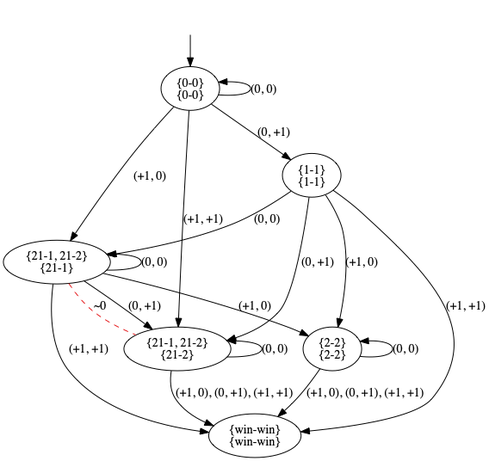
This is pictures/GK2.png from olandr/mkbsc, a Graphviz export, as it was before one commit. Its source is kept beside it as pictures/GK2.dot.
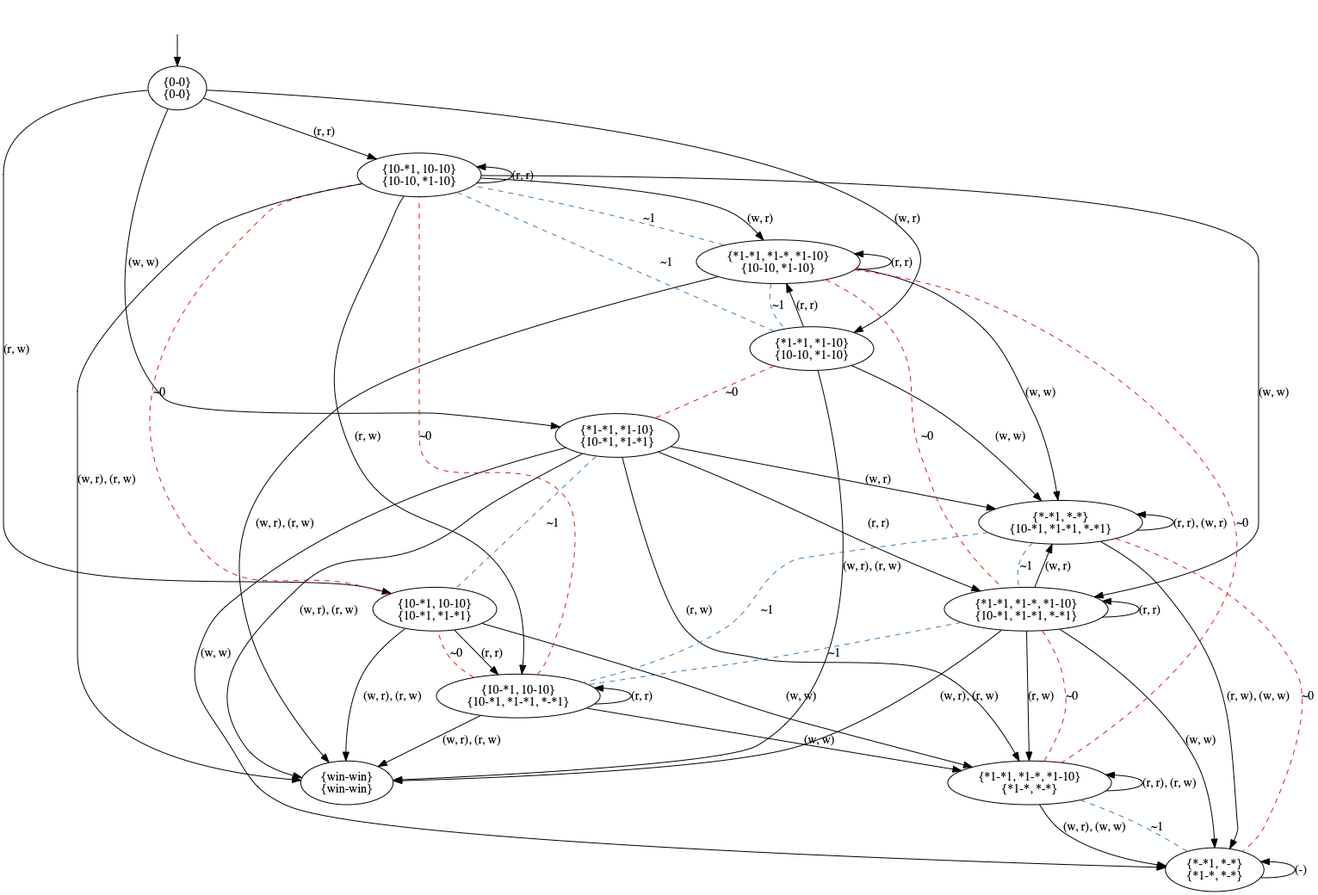
The same diagram one commit later.

Change to the diagram source:
```diff
@@ -3,29 +3,70 @@
 nodesep=0.5;
 ranksep=0.5;
 splines=True;
-4477557112 [label="{0-0}\n{0-0}"];
-4477558176 [label="{21-1, 21-2}\n{21-1}"];
-4477556440 [label="{1-1}\n{1-1}"];
-4477555824 [label="{21-1, 21-2}\n{21-2}"];
-4477557728 [label="{2-2}\n{2-2}"];
-4477555768 [label="{win-win}\n{win-win}"];
+4687100336 [label="{0-0}\n{0-0}"];
+4687100504 [label="{10-*1, 10-10}\n{10-10, *1-10}"];
+4687100952 [label="{*1-*1, *1-10}\n{10-10, *1-10}"];
+4687101288 [label="{10-*1, 10-10}\n{10-*1, *1-*1}"];
+4687101456 [label="{*1-*1, *1-10}\n{10-*1, *1-*1}"];
+4686323552 [label="{win-win}\n{win-win}"];
+4686533632 [label="{*1-*1, *1-*, *1-10}\n{10-10, *1-10}"];
+4686533184 [label="{10-*1, 10-10}\n{10-*1, *1-*1, *-*1}"];
+4686533408 [label="{*1-*1, *1-*, *1-10}\n{10-*1, *1-*1, *-*1}"];
+4686533016 [label="{*-*1, *-*}\n{10-*1, *1-*1, *-*1}"];
+4686534360 [label="{*1-*1, *1-*, *1-10}\n{*1-*, *-*}"];
+4686536208 [label="{*-*1, *-*}\n{*1-*, *-*}"];
 hidden [label="", shape=none];
-4477557112 -> 4477557112  [action="('0', '0')", dir=back, key="('0', '0')", label="(0, 0)"];
-4477557112 -> 4477558176  [action="('+1', '0')", key="('+1', '0')", label="(+1, 0)"];
-4477557112 -> 4477556440  [action="('0', '+1')", key="('0', '+1')", label="(0, +1)"];
-4477557112 -> 4477555824  [action="('+1', '+1')", key="('+1', '+1')", label="(+1, +1)"];
-4477558176 -> 4477558176  [action="('0', '0')", dir=back, key="('0', '0')", label="(0, 0)"];
-4477558176 -> 4477557728  [action="('+1', '0')", key="('+1', '0')", label="(+1, 0)"];
-4477558176 -> 4477555824  [action="('0', '+1')", key="('0', '+1')", label="(0, +1)"];
-4477558176 -> 4477555824  [arrowhead=none, color=1, colorscheme=set19, constraint=True, key=1, label="~0", style=dashed];
-4477558176 -> 4477555768  [action="('+1', '+1')", key="('+1', '+1')", label="(+1, +1)"];
-4477556440 -> 4477558176  [action="('0', '0')", key="('0', '0')", label="(0, 0)"];
-4477556440 -> 4477557728  [action="('+1', '0')", key="('+1', '0')", label="(+1, 0)"];
-4477556440 -> 4477555824  [action="('0', '+1')", key="('0', '+1')", label="(0, +1)"];
-4477556440 -> 4477555768  [action="('+1', '+1')", key="('+1', '+1')", label="(+1, +1)"];
-4477555824 -> 4477555824  [action="('0', '0')", dir=back, key="('0', '0')", label="(0, 0)"];
-4477555824 -> 4477555768  [action="(('+1', '0'), ('0', '+1'), ('+1', '+1'))", key="(('+1', '0'), ('0', '+1'), ('+1', '+1'))", label="(+1, 0), (0, +1), (+1, +1)"];
-4477557728 -> 4477557728  [action="('0', '0')", dir=back, key="('0', '0')", label="(0, 0)"];
-4477557728 -> 4477555768  [action="(('+1', '0'), ('0', '+1'), ('+1', '+1'))", key="(('+1', '0'), ('0', '+1'), ('+1', '+1'))", label="(+1, 0), (0, +1), (+1, +1)"];
-hidden -> 4477557112  [key=0];
+4687100336 -> 4687100504  [action="('r', 'r')", key="('r', 'r')", label="(r, r)"];
+4687100336 -> 4687100952  [action="('w', 'r')", key="('w', 'r')", label="(w, r)"];
+4687100336 -> 4687101288  [action="('r', 'w')", key="('r', 'w')", label="(r, w)"];
+4687100336 -> 4687101456  [action="('w', 'w')", key="('w', 'w')", label="(w, w)"];
+4687100504 -> 4687100504  [action="('r', 'r')", dir=back, key="('r', 'r')", label="(r, r)"];
+4687100504 -> 4686533632  [action="('w', 'r')", key="('w', 'r')", label="(w, r)"];
+4687100504 -> 4686533184  [action="('r', 'w')", key="('r', 'w')", label="(r, w)"];
+4687100504 -> 4686533408  [action="('w', 'w')", key="('w', 'w')", label="(w, w)"];
+4687100504 -> 4686323552  [action="(('w', 'r'), ('r', 'w'))", key="(('w', 'r'), ('r', 'w'))", label="(w, r), (r, w)"];
+4687100504 -> 4687101288  [arrowhead=none, color=1, colorscheme=set19, constraint=True, key=0, label="~0", style=dashed];
+4687100952 -> 4686533632  [action="('r', 'r')", key="('r', 'r')", label="(r, r)"];
+4687100952 -> 4686533016  [action="('w', 'w')", key="('w', 'w')", label="(w, w)"];
+4687100952 -> 4686323552  [action="(('w', 'r'), ('r', 'w'))", key="(('w', 'r'), ('r', 'w'))", label="(w, r), (r, w)"];
+4687100952 -> 4687101456  [arrowhead=none, color=1, colorscheme=set19, constraint=True, key=0, label="~0", style=dashed];
+4687100952 -> 4687100504  [arrowhead=none, color=2, colorscheme=set19, constraint=True, key=0, label="~1", style=dashed];
+4687101288 -> 4686533184  [action="('r', 'r')", key="('r', 'r')", label="(r, r)"];
+4687101288 -> 4686534360  [action="('w', 'w')", key="('w', 'w')", label="(w, w)"];
+4687101288 -> 4686323552  [action="(('w', 'r'), ('r', 'w'))", key="(('w', 'r'), ('r', 'w'))", label="(w, r), (r, w)"];
+4687101456 -> 4686533408  [action="('r', 'r')", key="('r', 'r')", label="(r, r)"];
+4687101456 -> 4686533016  [action="('w', 'r')", key="('w', 'r')", label="(w, r)"];
+4687101456 -> 4686534360  [action="('r', 'w')", key="('r', 'w')", label="(r, w)"];
+4687101456 -> 4686536208  [action="('w', 'w')", key="('w', 'w')", label="(w, w)"];
+4687101456 -> 4686323552  [action="(('w', 'r'), ('r', 'w'))", key="(('w', 'r'), ('r', 'w'))", label="(w, r), (r, w)"];
+4687101456 -> 4687101288  [arrowhead=none, color=2, colorscheme=set19, constraint=True, key=0, label="~1", style=dashed];
+4686533632 -> 4686533632  [action="('r', 'r')", dir=back, key="('r', 'r')", label="(r, r)"];
+4686533632 -> 4686533016  [action="('w', 'w')", key="('w', 'w')", label="(w, w)"];
+4686533632 -> 4686323552  [action="(('w', 'r'), ('r', 'w'))", key="(('w', 'r'), ('r', 'w'))", label="(w, r), (r, w)"];
+4686533632 -> 4686533408  [arrowhead=none, color=1, colorscheme=set19, constraint=True, key=0, label="~0", style=dashed];
+4686533632 -> 4686534360  [arrowhead=none, color=1, colorscheme=set19, constraint=True, key=0, label="~0", style=dashed];
+4686533632 -> 4687100952  [arrowhead=none, color=2, colorscheme=set19, constraint=True, key=0, label="~1", style=dashed];
+4686533632 -> 4687100504  [arrowhead=none, color=2, colorscheme=set19, constraint=True, key=0, label="~1", style=dashed];
+4686533184 -> 4686533184  [action="('r', 'r')", dir=back, key="('r', 'r')", label="(r, r)"];
+4686533184 -> 4686534360  [action="('w', 'w')", key="('w', 'w')", label="(w, w)"];
+4686533184 -> 4686323552  [action="(('w', 'r'), ('r', 'w'))", key="(('w', 'r'), ('r', 'w'))", label="(w, r), (r, w)"];
+4686533184 -> 4687100504  [arrowhead=none, color=1, colorscheme=set19, constraint=True, key=0, label="~0", style=dashed];
+4686533184 -> 4687101288  [arrowhead=none, color=1, colorscheme=set19, constraint=True, key=0, label="~0", style=dashed];
+4686533408 -> 4686533408  [action="('r', 'r')", dir=back, key="('r', 'r')", label="(r, r)"];
+4686533408 -> 4686533016  [action="('w', 'r')", key="('w', 'r')", label="(w, r)"];
+4686533408 -> 4686534360  [action="('r', 'w')", key="('r', 'w')", label="(r, w)"];
+4686533408 -> 4686534360  [arrowhead=none, color=1, colorscheme=set19, constraint=True, key=1, label="~0", style=dashed];
+4686533408 -> 4686536208  [action="('w', 'w')", key="('w', 'w')", label="(w, w)"];
+4686533408 -> 4686323552  [action="(('w', 'r'), ('r', 'w'))", key="(('w', 'r'), ('r', 'w'))", label="(w, r), (r, w)"];
+4686533408 -> 4686533184  [arrowhead=none, color=2, colorscheme=set19, constraint=True, key=0, label="~1", style=dashed];
+4686533016 -> 4686533016  [action="(('r', 'r'), ('w', 'r'))", dir=back, key="(('r', 'r'), ('w', 'r'))", label="(r, r), (w, r)"];
+4686533016 -> 4686536208  [action="(('r', 'w'), ('w', 'w'))", key="(('r', 'w'), ('w', 'w'))", label="(r, w), (w, w)"];
+4686533016 -> 4686536208  [arrowhead=none, color=1, colorscheme=set19, constraint=True, key=1, label="~0", style=dashed];
+4686533016 -> 4686533408  [arrowhead=none, color=2, colorscheme=set19, constraint=True, key=0, label="~1", style=dashed];
+4686533016 -> 4686533184  [arrowhead=none, color=2, colorscheme=set19, constraint=True, key=0, label="~1", style=dashed];
+4686534360 -> 4686534360  [action="(('r', 'r'), ('r', 'w'))", dir=back, key="(('r', 'r'), ('r', 'w'))", label="(r, r), (r, w)"];
+4686534360 -> 4686536208  [action="(('w', 'r'), ('w', 'w'))", key="(('w', 'r'), ('w', 'w'))", label="(w, r), (w, w)"];
+4686536208 -> 4686536208  [action="(('r', 'r'), ('w', 'r'), ('r', 'w'), ('w', 'w'))", dir=back, key="(('r', 'r'), ('w', 'r'), ('r', 'w'), ('w', 'w'))", label="(-)"];
+4686536208 -> 4686534360  [arrowhead=none, color=2, colorscheme=set19, constraint=True, key=0, label="~1", style=dashed];
+hidden -> 4687100336  [key=0];
 }
```
